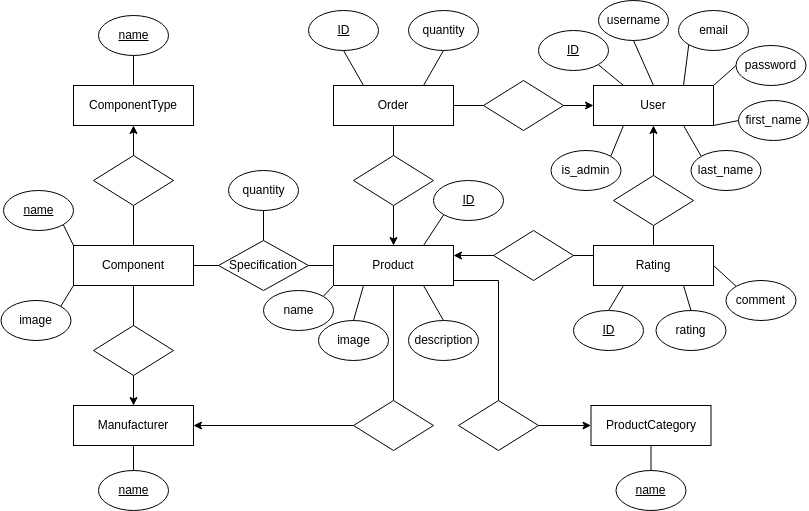
Above: docs/game_store_ERD.png in Balsa-Dogandzic/Gaming_store_API (draw.io), before the change. Source tidied: cells renumbered, new cells last; positions are measured from the earlier drawing's top-left corner, leaving out a move shared by most shapes.
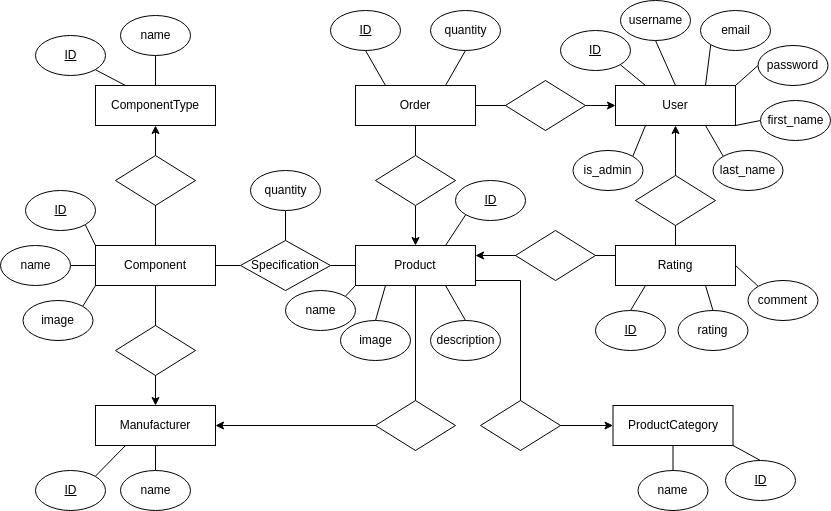
The same diagram one commit later.

Diff of the diagram source:
```diff
@@ -35,6 +35,9 @@
     <mxCell id="12" value="User" style="text;html=1;strokeColor=none;fillColor=none;align=center;verticalAlign=middle;whiteSpace=wrap;rounded=0;" parent="1" vertex="1">
       <mxGeometry x="623" y="95" width="60" height="20" as="geometry" />
     </mxCell>
+    <mxCell id="105" style="edgeStyle=none;rounded=0;jettySize=auto;html=1;exitX=1;exitY=1;exitDx=0;exitDy=0;entryX=0.5;entryY=0;entryDx=0;entryDy=0;endArrow=none;endFill=0;" parent="1" edge="1" source="13" target="115">
+      <mxGeometry relative="1" as="geometry" />
+    </mxCell>
     <mxCell id="13" style="rounded=0;whiteSpace=wrap;html=1;" parent="1" vertex="1">
       <mxGeometry x="590.5" y="405" width="120" height="40" as="geometry" />
     </mxCell>
@@ -110,7 +113,7 @@
     <mxCell id="35" style="ellipse;whiteSpace=wrap;html=1;" parent="1" vertex="1">
       <mxGeometry x="98" y="15" width="70" height="40" as="geometry" />
     </mxCell>
-    <mxCell id="36" value="&lt;u&gt;name&lt;/u&gt;" style="text;html=1;strokeColor=none;fillColor=none;align=center;verticalAlign=middle;whiteSpace=wrap;rounded=0;" parent="1" vertex="1">
+    <mxCell id="36" value="name" style="text;html=1;strokeColor=none;fillColor=none;align=center;verticalAlign=middle;whiteSpace=wrap;rounded=0;" parent="1" vertex="1">
       <mxGeometry x="110.5" y="25" width="45" height="20" as="geometry" />
     </mxCell>
     <mxCell id="37" style="edgeStyle=none;rounded=0;jettySize=auto;html=1;exitX=1;exitY=1;exitDx=0;exitDy=0;entryX=0;entryY=0;entryDx=0;entryDy=0;startArrow=none;startFill=0;endArrow=none;endFill=0;" parent="1" edge="1" source="38" target="8">
@@ -119,7 +122,7 @@
     <mxCell id="38" style="ellipse;whiteSpace=wrap;html=1;" parent="1" vertex="1">
       <mxGeometry x="3" y="190" width="70" height="40" as="geometry" />
     </mxCell>
-    <mxCell id="39" value="&lt;u&gt;name&lt;/u&gt;" style="text;html=1;strokeColor=none;fillColor=none;align=center;verticalAlign=middle;whiteSpace=wrap;rounded=0;" parent="1" vertex="1">
+    <mxCell id="39" value="&lt;u&gt;ID&lt;/u&gt;" style="text;html=1;strokeColor=none;fillColor=none;align=center;verticalAlign=middle;whiteSpace=wrap;rounded=0;" parent="1" vertex="1">
       <mxGeometry x="15.5" y="200" width="45" height="20" as="geometry" />
     </mxCell>
     <mxCell id="40" style="edgeStyle=none;rounded=0;jettySize=auto;html=1;exitX=1;exitY=0;exitDx=0;exitDy=0;entryX=0;entryY=1;entryDx=0;entryDy=0;startArrow=none;startFill=0;endArrow=none;endFill=0;" parent="1" edge="1" source="41" target="8">
@@ -139,7 +142,7 @@
         <mxPoint x="133" y="470" as="sourcePoint" />
       </mxGeometry>
     </mxCell>
-    <mxCell id="45" value="&lt;u&gt;name&lt;/u&gt;" style="text;html=1;strokeColor=none;fillColor=none;align=center;verticalAlign=middle;whiteSpace=wrap;rounded=0;" parent="1" vertex="1">
+    <mxCell id="45" value="name" style="text;html=1;strokeColor=none;fillColor=none;align=center;verticalAlign=middle;whiteSpace=wrap;rounded=0;" parent="1" vertex="1">
       <mxGeometry x="110.5" y="480" width="45" height="20" as="geometry" />
     </mxCell>
     <mxCell id="46" style="edgeStyle=none;rounded=0;jettySize=auto;html=1;exitX=1;exitY=0;exitDx=0;exitDy=0;entryX=0;entryY=1;entryDx=0;entryDy=0;startArrow=none;startFill=0;endArrow=none;endFill=0;" parent="1" edge="1" source="47" target="3">
@@ -211,7 +214,7 @@
     <mxCell id="68" style="ellipse;whiteSpace=wrap;html=1;" parent="1" vertex="1">
       <mxGeometry x="615.5" y="470" width="70" height="40" as="geometry" />
     </mxCell>
-    <mxCell id="69" value="&lt;u&gt;name&lt;/u&gt;" style="text;html=1;strokeColor=none;fillColor=none;align=center;verticalAlign=middle;whiteSpace=wrap;rounded=0;" parent="1" vertex="1">
+    <mxCell id="69" value="name" style="text;html=1;strokeColor=none;fillColor=none;align=center;verticalAlign=middle;whiteSpace=wrap;rounded=0;" parent="1" vertex="1">
       <mxGeometry x="628" y="480" width="45" height="20" as="geometry" />
     </mxCell>
     <mxCell id="70" style="edgeStyle=none;rounded=0;jettySize=auto;html=1;exitX=1;exitY=1;exitDx=0;exitDy=0;entryX=0.25;entryY=0;entryDx=0;entryDy=0;startArrow=none;startFill=0;endArrow=none;endFill=0;" parent="1" edge="1" source="71" target="11">
@@ -319,5 +322,38 @@
     <mxCell id="104" style="rhombus;whiteSpace=wrap;html=1;" parent="1" vertex="1">
       <mxGeometry x="613" y="175" width="80" height="50" as="geometry" />
     </mxCell>
+    <mxCell id="106" style="edgeStyle=orthogonalEdgeStyle;rounded=0;jettySize=auto;html=1;exitX=1;exitY=0.5;exitDx=0;exitDy=0;entryX=0;entryY=0.5;entryDx=0;entryDy=0;endArrow=none;endFill=0;" parent="1" edge="1" source="107" target="8">
+      <mxGeometry relative="1" as="geometry" />
+    </mxCell>
+    <mxCell id="107" style="ellipse;whiteSpace=wrap;html=1;" parent="1" vertex="1">
+      <mxGeometry x="-22" y="245" width="70" height="40" as="geometry" />
+    </mxCell>
+    <mxCell id="108" value="name" style="text;html=1;strokeColor=none;fillColor=none;align=center;verticalAlign=middle;whiteSpace=wrap;rounded=0;" parent="1" vertex="1">
+      <mxGeometry x="-9.5" y="255" width="45" height="20" as="geometry" />
+    </mxCell>
+    <mxCell id="109" style="rounded=0;jettySize=auto;html=1;exitX=1;exitY=0;exitDx=0;exitDy=0;entryX=0.25;entryY=1;entryDx=0;entryDy=0;endArrow=none;endFill=0;" parent="1" edge="1" source="110" target="22">
+      <mxGeometry relative="1" as="geometry" />
+    </mxCell>
+    <mxCell id="110" style="ellipse;whiteSpace=wrap;html=1;" parent="1" vertex="1">
+      <mxGeometry x="13" y="470" width="70" height="40" as="geometry" />
+    </mxCell>
+    <mxCell id="111" value="&lt;u&gt;ID&lt;/u&gt;" style="text;html=1;strokeColor=none;fillColor=none;align=center;verticalAlign=middle;whiteSpace=wrap;rounded=0;" parent="1" vertex="1">
+      <mxGeometry x="25.5" y="480" width="45" height="20" as="geometry" />
+    </mxCell>
+    <mxCell id="112" style="edgeStyle=none;rounded=0;jettySize=auto;html=1;exitX=1;exitY=1;exitDx=0;exitDy=0;entryX=0.25;entryY=0;entryDx=0;entryDy=0;endArrow=none;endFill=0;" parent="1" edge="1" source="113" target="19">
+      <mxGeometry relative="1" as="geometry" />
+    </mxCell>
+    <mxCell id="113" style="ellipse;whiteSpace=wrap;html=1;" parent="1" vertex="1">
+      <mxGeometry x="13" y="35" width="70" height="40" as="geometry" />
+    </mxCell>
+    <mxCell id="114" value="&lt;u&gt;ID&lt;/u&gt;" style="text;html=1;strokeColor=none;fillColor=none;align=center;verticalAlign=middle;whiteSpace=wrap;rounded=0;" parent="1" vertex="1">
+      <mxGeometry x="25.5" y="45" width="45" height="20" as="geometry" />
+    </mxCell>
+    <mxCell id="115" style="ellipse;whiteSpace=wrap;html=1;" parent="1" vertex="1">
+      <mxGeometry x="703" y="460" width="70" height="40" as="geometry" />
+    </mxCell>
+    <mxCell id="116" value="&lt;u&gt;ID&lt;/u&gt;" style="text;html=1;strokeColor=none;fillColor=none;align=center;verticalAlign=middle;whiteSpace=wrap;rounded=0;" parent="1" vertex="1">
+      <mxGeometry x="715.5" y="470" width="45" height="20" as="geometry" />
+    </mxCell>
   </root>
 </mxGraphModel>
```
